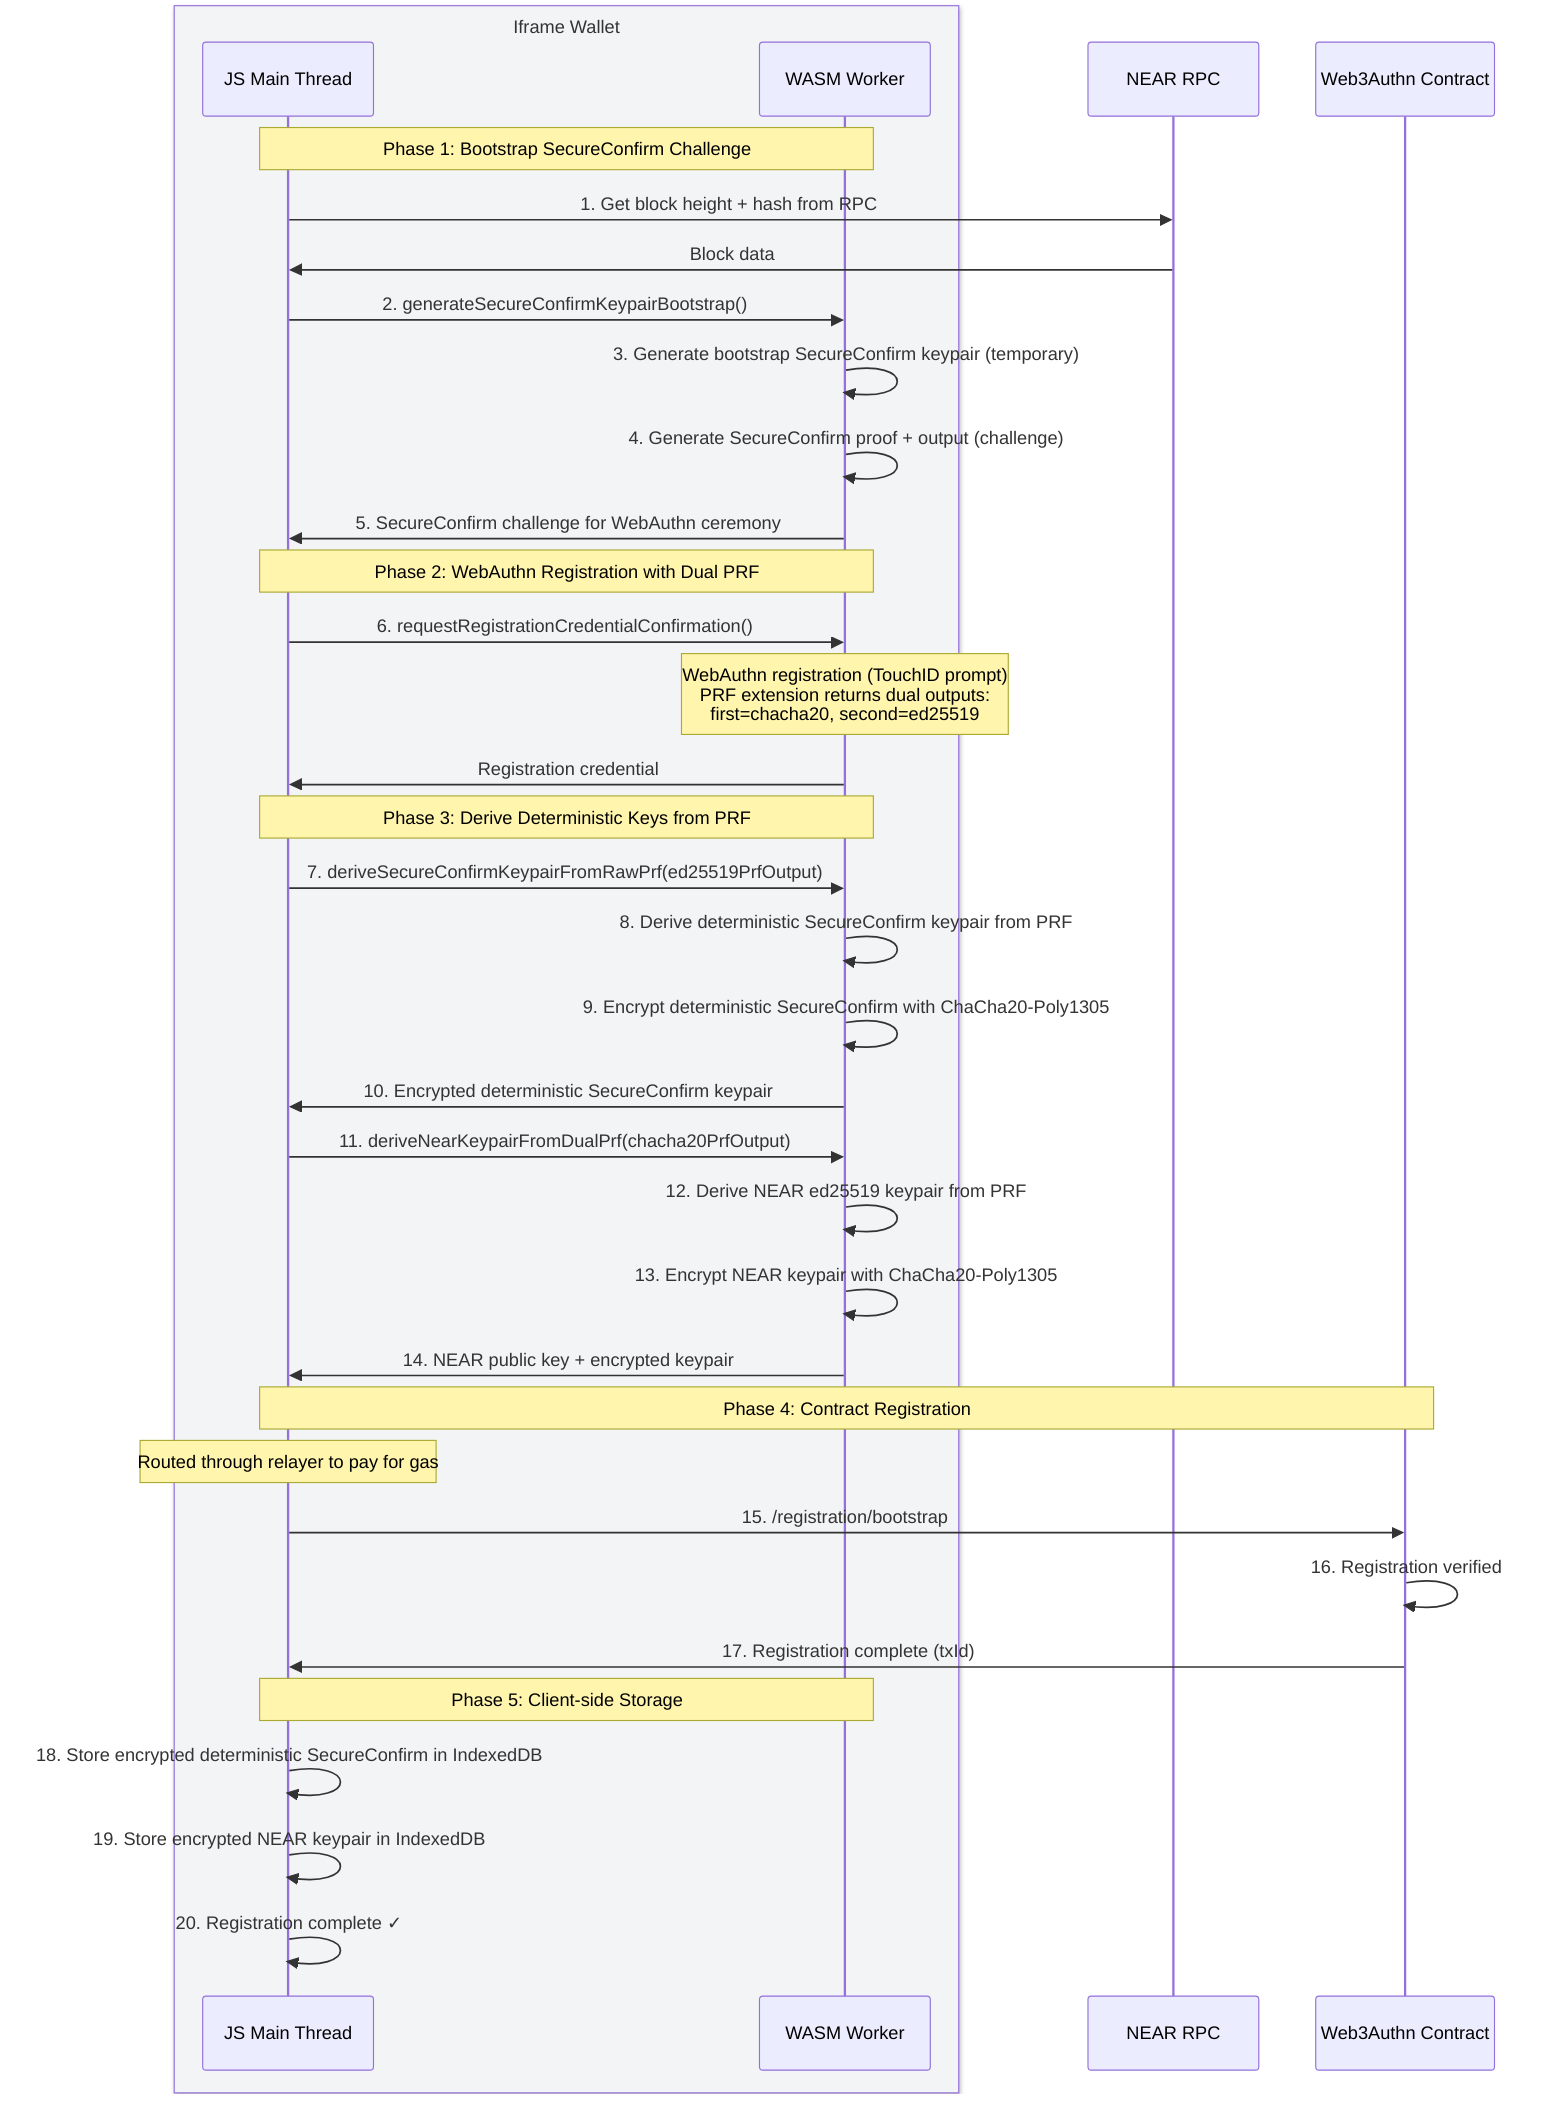
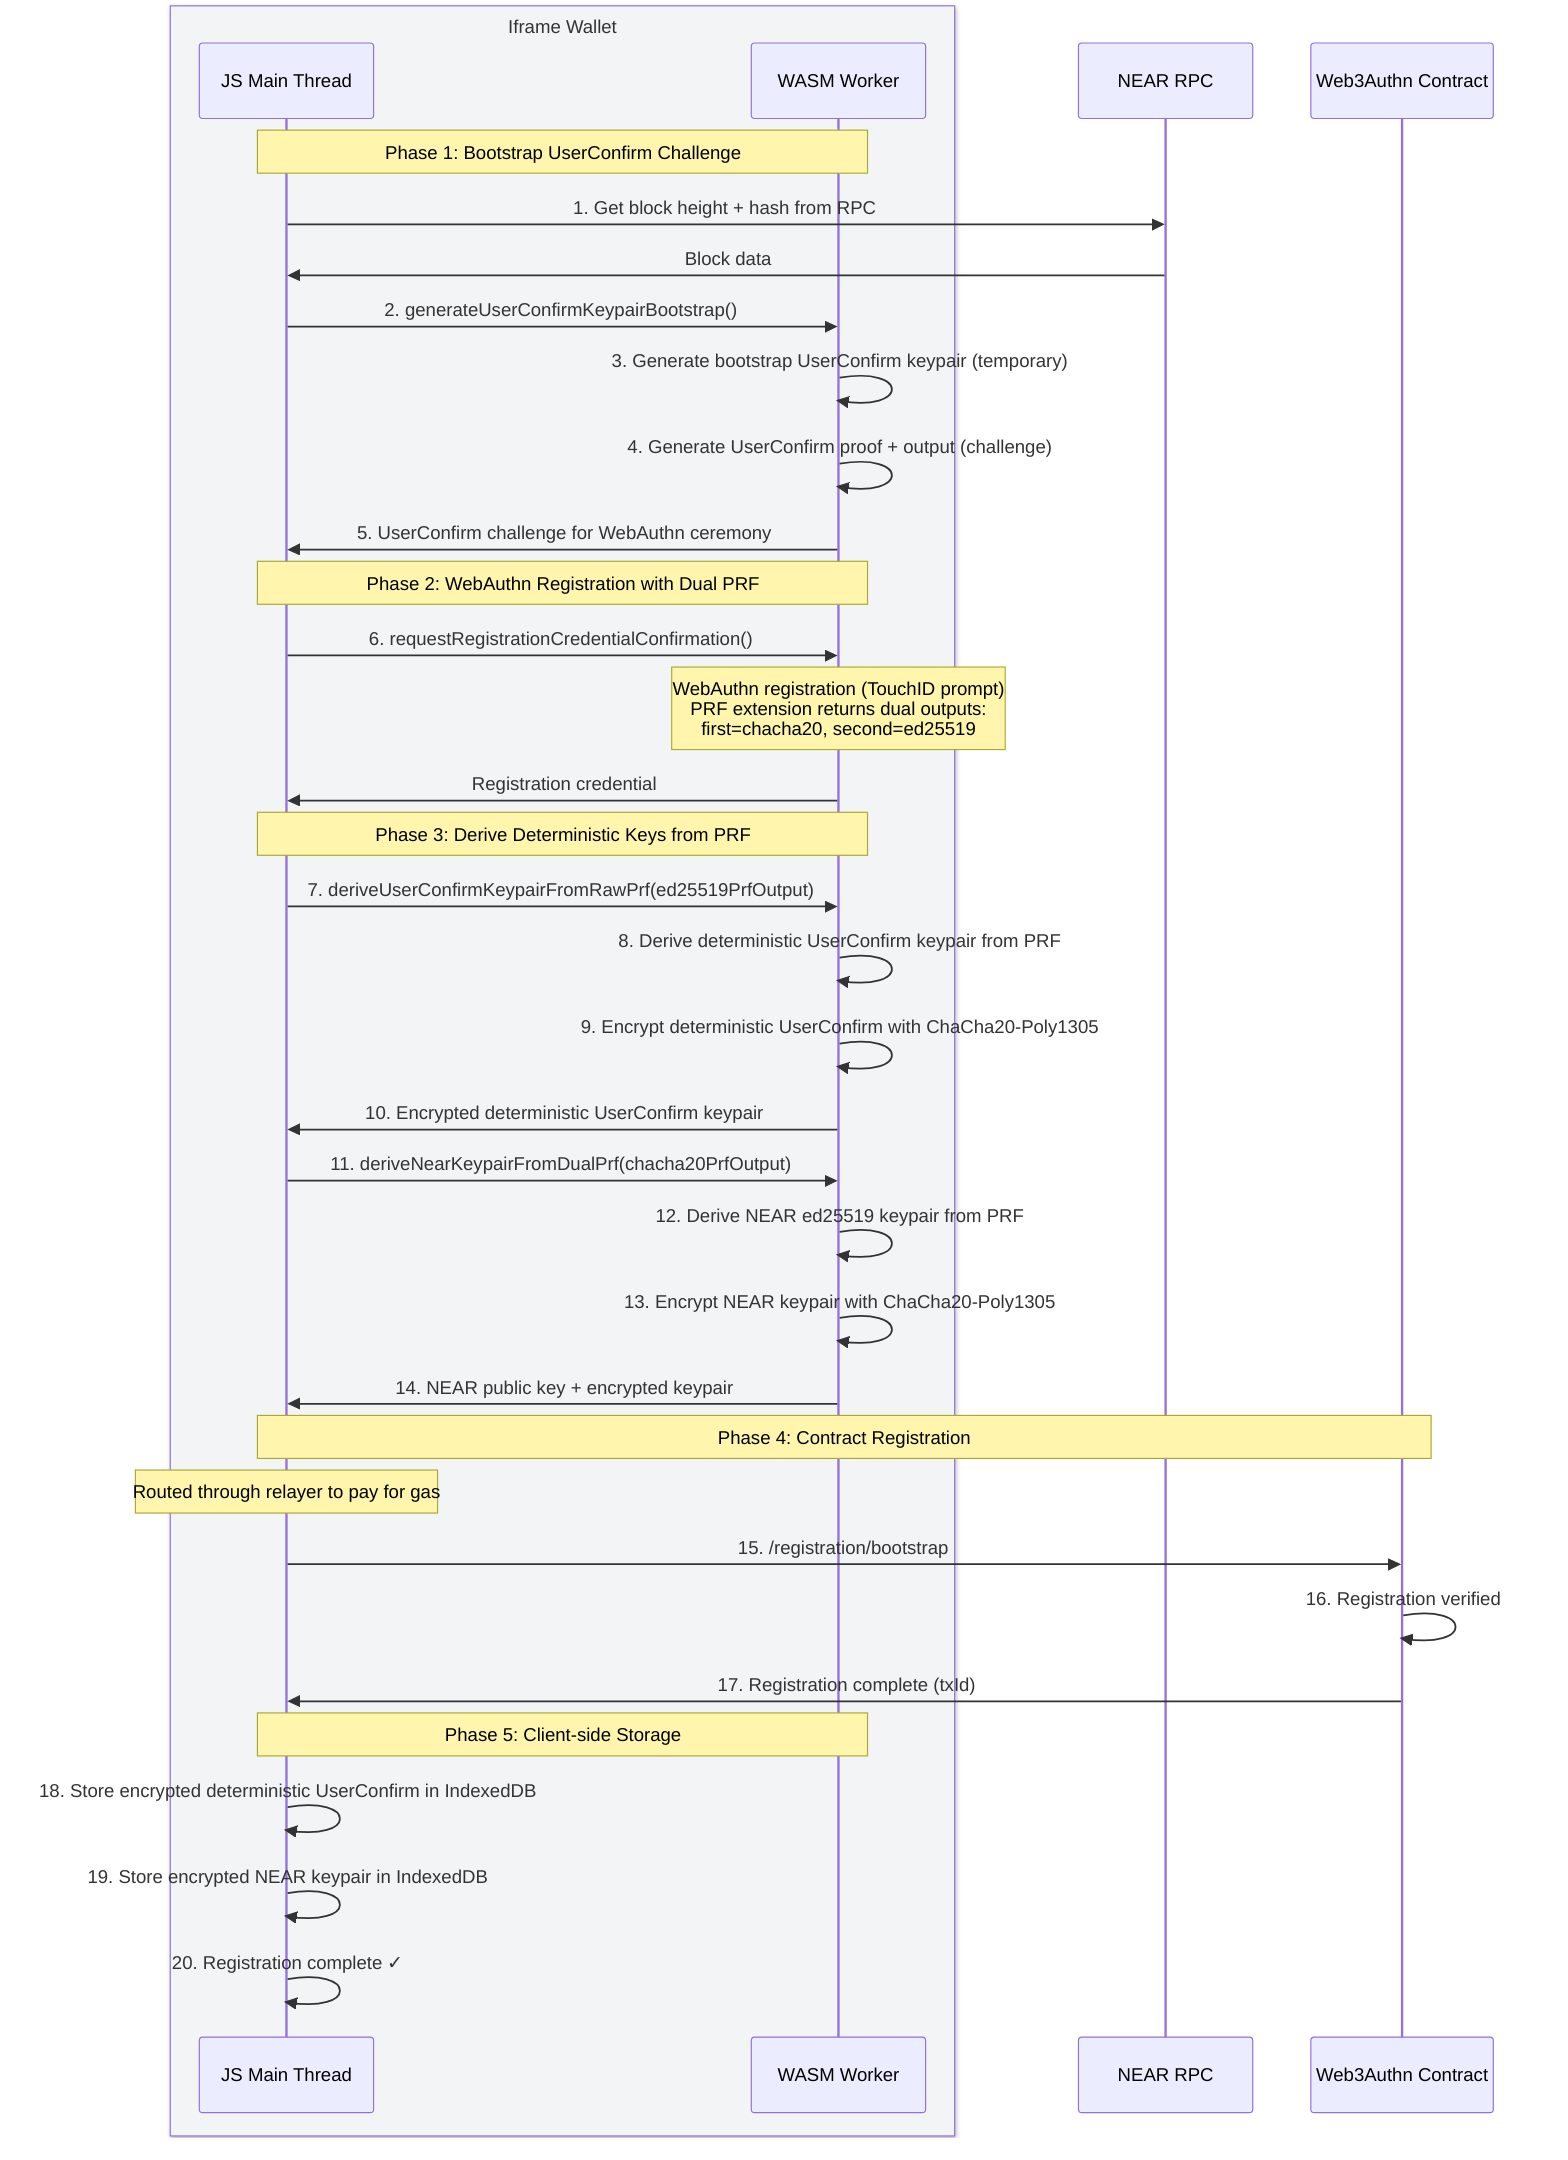
sequenceDiagram
    box rgb(243, 244, 246) Iframe Wallet
    participant JSMain as JS Main Thread
    participant Worker as WASM Worker
    end
    participant NEAR as NEAR RPC
    participant Contract as Web3Authn Contract

-     Note over JSMain,Worker: Phase 1: Bootstrap SecureConfirm Challenge
+     Note over JSMain,Worker: Phase 1: Bootstrap UserConfirm Challenge
    JSMain->>NEAR: 1. Get block height + hash from RPC
    NEAR->>JSMain: Block data
-     JSMain->>Worker: 2. generateSecureConfirmKeypairBootstrap()
-     Worker->>Worker: 3. Generate bootstrap SecureConfirm keypair (temporary)
-     Worker->>Worker: 4. Generate SecureConfirm proof + output (challenge)
-     Worker->>JSMain: 5. SecureConfirm challenge for WebAuthn ceremony
+     JSMain->>Worker: 2. generateUserConfirmKeypairBootstrap()
+     Worker->>Worker: 3. Generate bootstrap UserConfirm keypair (temporary)
+     Worker->>Worker: 4. Generate UserConfirm proof + output (challenge)
+     Worker->>JSMain: 5. UserConfirm challenge for WebAuthn ceremony

    Note over JSMain,Worker: Phase 2: WebAuthn Registration with Dual PRF
    JSMain->>Worker: 6. requestRegistrationCredentialConfirmation()
    Note over Worker: WebAuthn registration (TouchID prompt)<br/>PRF extension returns dual outputs:<br/>first=chacha20, second=ed25519
    Worker->>JSMain: Registration credential

    Note over JSMain,Worker: Phase 3: Derive Deterministic Keys from PRF
-     JSMain->>Worker: 7. deriveSecureConfirmKeypairFromRawPrf(ed25519PrfOutput)
-     Worker->>Worker: 8. Derive deterministic SecureConfirm keypair from PRF
-     Worker->>Worker: 9. Encrypt deterministic SecureConfirm with ChaCha20-Poly1305
-     Worker->>JSMain: 10. Encrypted deterministic SecureConfirm keypair
+     JSMain->>Worker: 7. deriveUserConfirmKeypairFromRawPrf(ed25519PrfOutput)
+     Worker->>Worker: 8. Derive deterministic UserConfirm keypair from PRF
+     Worker->>Worker: 9. Encrypt deterministic UserConfirm with ChaCha20-Poly1305
+     Worker->>JSMain: 10. Encrypted deterministic UserConfirm keypair

    JSMain->>Worker: 11. deriveNearKeypairFromDualPrf(chacha20PrfOutput)
    Worker->>Worker: 12. Derive NEAR ed25519 keypair from PRF
    Worker->>Worker: 13. Encrypt NEAR keypair with ChaCha20-Poly1305
    Worker->>JSMain: 14. NEAR public key + encrypted keypair

    Note over JSMain,Contract: Phase 4: Contract Registration
    Note over JSMain: Routed through relayer to pay for gas
    JSMain->>Contract: 15. /registration/bootstrap
    Contract->>Contract: 16. Registration verified
    Contract->>JSMain: 17. Registration complete (txId)

    Note over JSMain,Worker: Phase 5: Client-side Storage
-     JSMain->>JSMain: 18. Store encrypted deterministic SecureConfirm in IndexedDB
+     JSMain->>JSMain: 18. Store encrypted deterministic UserConfirm in IndexedDB
    JSMain->>JSMain: 19. Store encrypted NEAR keypair in IndexedDB
    JSMain->>JSMain: 20. Registration complete ✓
